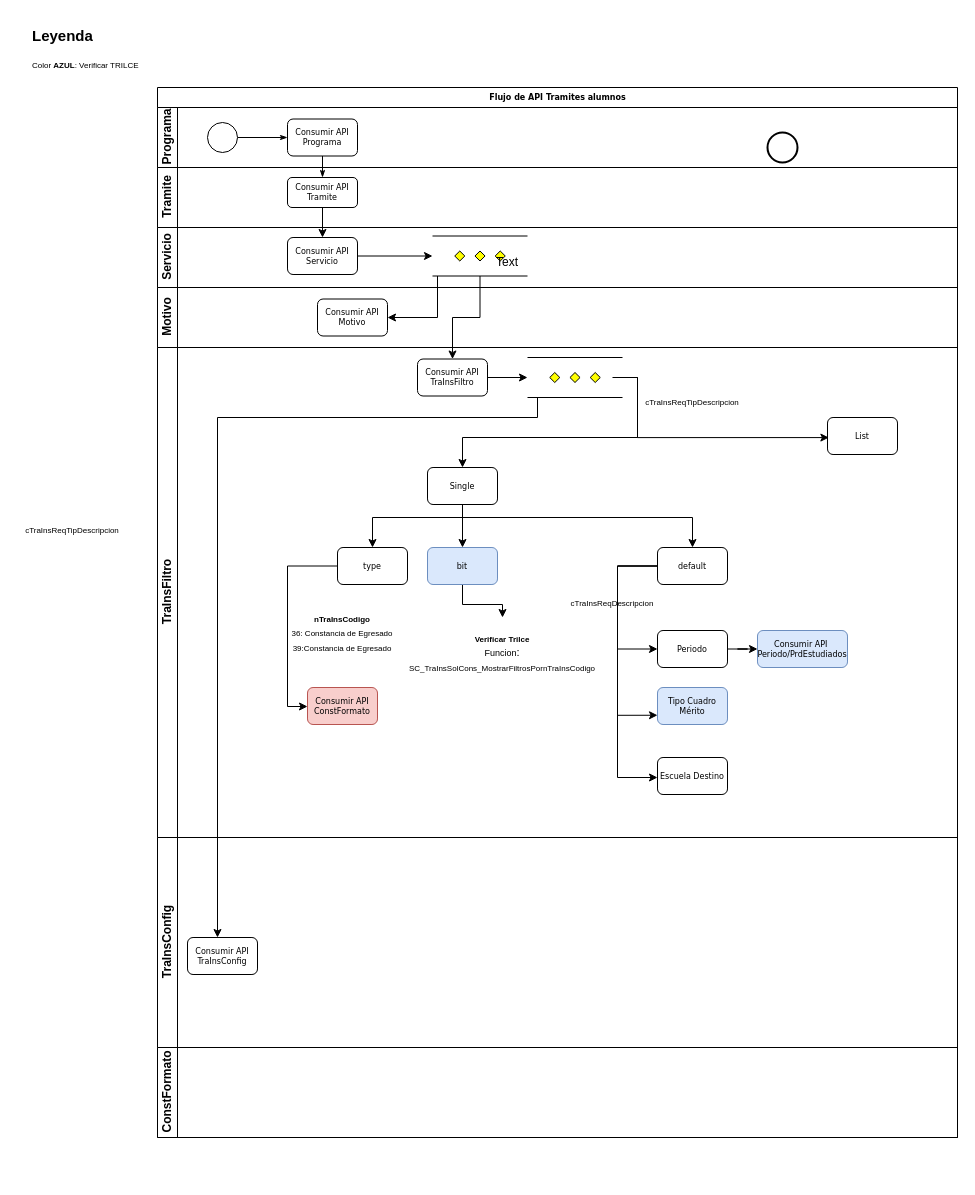
Earlier version of the draw.io diagram Tramites/Diagrama sin título.drawio (JairGRC/UCV). Source tidied: cells renumbered, new cells numbered last; positions are measured from the earlier drawing's top-left corner, leaving out a move shared by most shapes. Both pictures are drawn from the tidied source at 100%, with x=0, y=0 at pixel (17, 27).
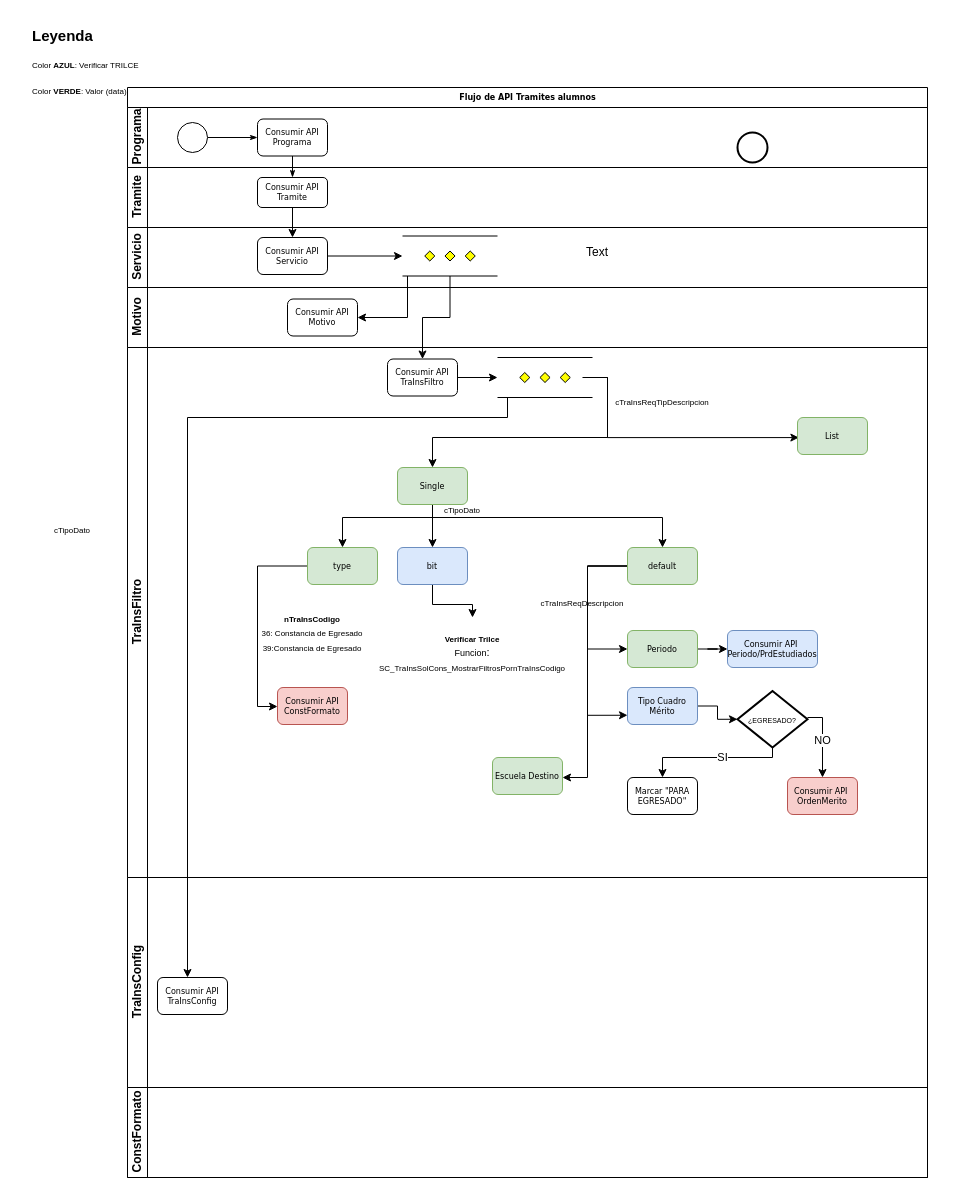
The same page after the edit.

Commit message:
Flujo validaciones

Unchanged cells that the change refers to:
```xml
<mxCell id="10" value="Servicio" style="swimlane;html=1;startSize=20;horizontal=0;" parent="2" vertex="1">
  <mxGeometry y="140" width="800" height="60" as="geometry" />
</mxCell>
<mxCell id="42" value="Tipo Cuadro Mérito" style="rounded=1;whiteSpace=wrap;html=1;shadow=0;labelBackgroundColor=none;strokeWidth=1;fontFamily=Verdana;fontSize=8;align=center;fillColor=#dae8fc;strokeColor=#6c8ebf;" parent="16" vertex="1">
  <mxGeometry x="500" y="340" width="70" height="37" as="geometry" />
</mxCell>
```

Change to the diagram source:
```diff
@@
     <mxCell id="2" value="Flujo de API Tramites alumnos" style="swimlane;html=1;horizontal=1;startSize=20;rounded=0;shadow=0;labelBackgroundColor=none;strokeWidth=1;fontFamily=Verdana;fontSize=8;align=center;" parent="1" vertex="1">
-      <mxGeometry x="140" y="60" width="800" height="1050" as="geometry" />
+      <mxGeometry x="110" y="60" width="800" height="1090" as="geometry" />
     </mxCell>
@@
+    <mxCell id="54" value="Text" style="text;html=1;strokeColor=none;fillColor=none;align=center;verticalAlign=middle;whiteSpace=wrap;rounded=0;" parent="10" vertex="1">
+      <mxGeometry x="440" y="10" width="60" height="30" as="geometry" />
+    </mxCell>
@@
     <mxCell id="16" value="TraInsFiltro&lt;br&gt;" style="swimlane;html=1;startSize=20;horizontal=0;" parent="2" vertex="1">
-      <mxGeometry y="260" width="800" height="490" as="geometry" />
+      <mxGeometry y="260" width="800" height="530" as="geometry" />
     </mxCell>
@@
-    <mxCell id="25" value="Single" style="rounded=1;whiteSpace=wrap;html=1;shadow=0;labelBackgroundColor=none;strokeWidth=1;fontFamily=Verdana;fontSize=8;align=center;" parent="16" vertex="1">
+    <mxCell id="25" value="Single" style="rounded=1;whiteSpace=wrap;html=1;shadow=0;labelBackgroundColor=none;strokeWidth=1;fontFamily=Verdana;fontSize=8;align=center;fillColor=#d5e8d4;strokeColor=#82b366;" parent="16" vertex="1">
       <mxGeometry x="270" y="120" width="70" height="37" as="geometry" />
     </mxCell>
-    <mxCell id="26" value="List" style="rounded=1;whiteSpace=wrap;html=1;shadow=0;labelBackgroundColor=none;strokeWidth=1;fontFamily=Verdana;fontSize=8;align=center;" parent="16" vertex="1">
+    <mxCell id="26" value="List" style="rounded=1;whiteSpace=wrap;html=1;shadow=0;labelBackgroundColor=none;strokeWidth=1;fontFamily=Verdana;fontSize=8;align=center;fillColor=#d5e8d4;strokeColor=#82b366;" parent="16" vertex="1">
       <mxGeometry x="670" y="70" width="70" height="37" as="geometry" />
     </mxCell>
@@
-    <mxCell id="29" value="type" style="rounded=1;whiteSpace=wrap;html=1;shadow=0;labelBackgroundColor=none;strokeWidth=1;fontFamily=Verdana;fontSize=8;align=center;" parent="16" vertex="1">
+    <mxCell id="29" value="type" style="rounded=1;whiteSpace=wrap;html=1;shadow=0;labelBackgroundColor=none;strokeWidth=1;fontFamily=Verdana;fontSize=8;align=center;fillColor=#d5e8d4;strokeColor=#82b366;" parent="16" vertex="1">
       <mxGeometry x="180" y="200" width="70" height="37" as="geometry" />
     </mxCell>
@@
-    <mxCell id="35" value="default" style="rounded=1;whiteSpace=wrap;html=1;shadow=0;labelBackgroundColor=none;strokeWidth=1;fontFamily=Verdana;fontSize=8;align=center;" parent="16" vertex="1">
+    <mxCell id="35" value="default" style="rounded=1;whiteSpace=wrap;html=1;shadow=0;labelBackgroundColor=none;strokeWidth=1;fontFamily=Verdana;fontSize=8;align=center;fillColor=#d5e8d4;strokeColor=#82b366;" parent="16" vertex="1">
       <mxGeometry x="500" y="200" width="70" height="37" as="geometry" />
     </mxCell>
@@
-    <mxCell id="40" value="Periodo" style="rounded=1;whiteSpace=wrap;html=1;shadow=0;labelBackgroundColor=none;strokeWidth=1;fontFamily=Verdana;fontSize=8;align=center;" parent="16" vertex="1">
+    <mxCell id="40" value="Periodo" style="rounded=1;whiteSpace=wrap;html=1;shadow=0;labelBackgroundColor=none;strokeWidth=1;fontFamily=Verdana;fontSize=8;align=center;fillColor=#d5e8d4;strokeColor=#82b366;" parent="16" vertex="1">
       <mxGeometry x="500" y="283" width="70" height="37" as="geometry" />
     </mxCell>
@@
+    <mxCell id="56" style="edgeStyle=orthogonalEdgeStyle;rounded=0;jettySize=auto;html=1;entryX=0;entryY=0.5;entryDx=0;entryDy=0;entryPerimeter=0;" parent="16" edge="1" source="42" target="63">
+      <mxGeometry relative="1" as="geometry" />
+    </mxCell>
@@
-    <mxCell id="43" value="Escuela Destino" style="rounded=1;whiteSpace=wrap;html=1;shadow=0;labelBackgroundColor=none;strokeWidth=1;fontFamily=Verdana;fontSize=8;align=center;" parent="16" vertex="1">
-      <mxGeometry x="500" y="410" width="70" height="37" as="geometry" />
+    <mxCell id="43" value="Escuela Destino" style="rounded=1;whiteSpace=wrap;html=1;shadow=0;labelBackgroundColor=none;strokeWidth=1;fontFamily=Verdana;fontSize=8;align=center;fillColor=#d5e8d4;strokeColor=#82b366;" parent="16" vertex="1">
+      <mxGeometry x="365" y="410" width="70" height="37" as="geometry" />
     </mxCell>
@@
+    <mxCell id="57" value="&lt;font style=&quot;font-size: 8px;&quot;&gt;cTipoDato&lt;/font&gt;" style="text;html=1;strokeColor=none;fillColor=none;align=center;verticalAlign=middle;whiteSpace=wrap;rounded=0;" parent="16" vertex="1">
+      <mxGeometry x="280" y="157" width="110" height="10" as="geometry" />
+    </mxCell>
+    <mxCell id="58" value="Marcar &quot;PARA EGRESADO&quot;" style="rounded=1;whiteSpace=wrap;html=1;shadow=0;labelBackgroundColor=none;strokeWidth=1;fontFamily=Verdana;fontSize=8;align=center;" parent="16" vertex="1">
+      <mxGeometry x="500" y="430" width="70" height="37" as="geometry" />
+    </mxCell>
+    <mxCell id="59" value="Consumir API&amp;nbsp;&lt;br&gt;OrdenMerito" style="rounded=1;whiteSpace=wrap;html=1;shadow=0;labelBackgroundColor=none;strokeWidth=1;fontFamily=Verdana;fontSize=8;align=center;fillColor=#f8cecc;strokeColor=#b85450;" parent="16" vertex="1">
+      <mxGeometry x="660" y="430" width="70" height="37" as="geometry" />
+    </mxCell>
+    <mxCell id="60" style="edgeStyle=orthogonalEdgeStyle;rounded=0;jettySize=auto;html=1;" parent="16" edge="1" source="63" target="58">
+      <mxGeometry relative="1" as="geometry">
+        <Array as="points">
+          <mxPoint x="645" y="410" />
+          <mxPoint x="535" y="410" />
+        </Array>
+      </mxGeometry>
+    </mxCell>
+    <mxCell id="61" value="SI" style="edgeLabel;html=1;align=center;verticalAlign=middle;" parent="60" vertex="1">
+      <mxGeometry x="-0.13" y="-1" relative="1" as="geometry" />
+    </mxCell>
+    <mxCell id="62" value="NO" style="edgeStyle=orthogonalEdgeStyle;rounded=0;jettySize=auto;html=1;" parent="16" edge="1" source="63" target="59">
+      <mxGeometry relative="1" as="geometry">
+        <Array as="points">
+          <mxPoint x="695" y="370" />
+        </Array>
+      </mxGeometry>
+    </mxCell>
+    <mxCell id="63" value="&lt;font style=&quot;font-size: 7px;&quot;&gt;¿EGRESADO?&lt;/font&gt;" style="strokeWidth=2;html=1;shape=mxgraph.flowchart.decision;whiteSpace=wrap;" parent="16" vertex="1">
+      <mxGeometry x="610" y="343.5" width="70" height="56.5" as="geometry" />
+    </mxCell>
     <mxCell id="45" value="TraInsConfig" style="swimlane;html=1;startSize=20;horizontal=0;" parent="2" vertex="1">
-      <mxGeometry y="750" width="800" height="210" as="geometry" />
+      <mxGeometry y="790" width="800" height="210" as="geometry" />
     </mxCell>
@@
     <mxCell id="47" value="ConstFormato" style="swimlane;html=1;startSize=20;horizontal=0;" parent="2" vertex="1">
-      <mxGeometry y="960" width="800" height="90" as="geometry" />
+      <mxGeometry y="1000" width="800" height="90" as="geometry" />
     </mxCell>
@@
-    <mxCell id="53" value="&lt;font style=&quot;font-size: 8px;&quot;&gt;cTraInsReqTipDescripcion&lt;/font&gt;" style="text;html=1;strokeColor=none;fillColor=none;align=center;verticalAlign=middle;whiteSpace=wrap;rounded=0;" parent="1" vertex="1">
+    <mxCell id="53" value="&lt;font style=&quot;font-size: 8px;&quot;&gt;cTipoDato&lt;/font&gt;" style="text;html=1;strokeColor=none;fillColor=none;align=center;verticalAlign=middle;whiteSpace=wrap;rounded=0;" parent="1" vertex="1">
       <mxGeometry y="497" width="110" height="10" as="geometry" />
     </mxCell>
-    <mxCell id="54" value="Text" style="text;html=1;strokeColor=none;fillColor=none;align=center;verticalAlign=middle;whiteSpace=wrap;rounded=0;" parent="1" vertex="1">
-      <mxGeometry x="460" y="220" width="60" height="30" as="geometry" />
-    </mxCell>
-    <mxCell id="55" value="&lt;h1 style=&quot;font-size: 15px;&quot;&gt;&lt;font style=&quot;font-size: 15px;&quot;&gt;Leyenda&lt;/font&gt;&lt;/h1&gt;&lt;p style=&quot;&quot;&gt;&lt;font style=&quot;font-size: 8px;&quot;&gt;Color &lt;b&gt;AZUL&lt;/b&gt;: Verificar TRILCE&lt;/font&gt;&lt;/p&gt;" style="text;html=1;strokeColor=none;fillColor=none;spacing=5;spacingTop=-20;whiteSpace=wrap;overflow=hidden;rounded=0;" parent="1" vertex="1">
+    <mxCell id="55" value="&lt;h1 style=&quot;font-size: 15px;&quot;&gt;&lt;font style=&quot;font-size: 15px;&quot;&gt;Leyenda&lt;/font&gt;&lt;/h1&gt;&lt;p style=&quot;&quot;&gt;&lt;font style=&quot;font-size: 8px;&quot;&gt;Color &lt;b&gt;AZUL&lt;/b&gt;: Verificar TRILCE&lt;/font&gt;&lt;/p&gt;&lt;p style=&quot;&quot;&gt;&lt;font style=&quot;font-size: 8px;&quot;&gt;Color &lt;b&gt;VERDE&lt;/b&gt;: Valor (data)&lt;/font&gt;&lt;/p&gt;" style="text;html=1;strokeColor=none;fillColor=none;spacing=5;spacingTop=-20;whiteSpace=wrap;overflow=hidden;rounded=0;" parent="1" vertex="1">
       <mxGeometry x="10" width="120" height="70" as="geometry" />
     </mxCell>
```
